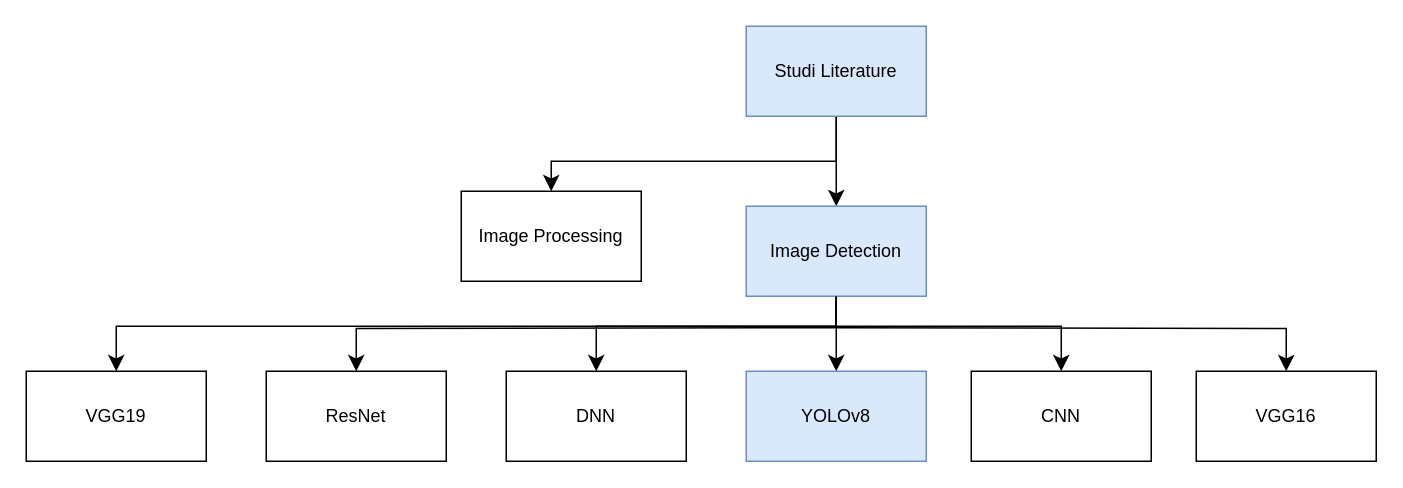
AkbarDes808/DIagram keeps this draw.io diagram as YOLOv8 Method.drawio. Above is the earlier version. Source tidied: cells renumbered, new cells numbered last; positions are measured from the earlier drawing's top-left corner, leaving out a move shared by most shapes. Both pictures are drawn from the tidied source at 150%, with x=0, y=0 at pixel (26, 26).
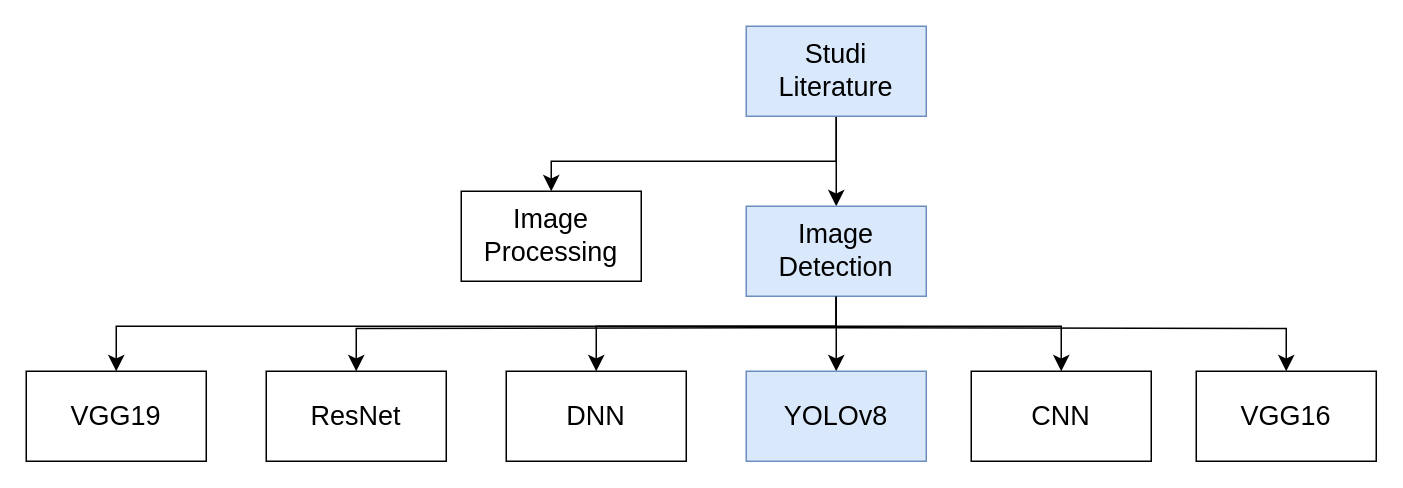
The same page after the edit.

Change to the diagram source:
```diff
@@
-    <mxCell id="4" value="Studi Literature" style="rounded=0;whiteSpace=wrap;html=1;fillColor=#dae8fc;strokeColor=#6c8ebf;" parent="1" vertex="1">
+    <mxCell id="4" value="&lt;font style=&quot;font-size: 18px;&quot;&gt;Studi Literature&lt;/font&gt;" style="rounded=0;whiteSpace=wrap;html=1;fillColor=#dae8fc;strokeColor=#6c8ebf;fontSize=18;" parent="1" vertex="1">
       <mxGeometry x="480" width="120" height="60" as="geometry" />
     </mxCell>
-    <mxCell id="5" value="Image Processing" style="rounded=0;whiteSpace=wrap;html=1;" parent="1" vertex="1">
+    <mxCell id="5" value="Image Processing" style="rounded=0;whiteSpace=wrap;html=1;fontSize=18;" parent="1" vertex="1">
       <mxGeometry x="290" y="110" width="120" height="60" as="geometry" />
     </mxCell>
@@
-    <mxCell id="11" value="Image Detection" style="rounded=0;whiteSpace=wrap;html=1;fillColor=#dae8fc;strokeColor=#6c8ebf;" parent="1" vertex="1">
+    <mxCell id="11" value="Image Detection" style="rounded=0;whiteSpace=wrap;html=1;fillColor=#dae8fc;strokeColor=#6c8ebf;fontSize=18;" parent="1" vertex="1">
       <mxGeometry x="480" y="120" width="120" height="60" as="geometry" />
     </mxCell>
-    <mxCell id="12" value="YOLOv8" style="rounded=0;whiteSpace=wrap;html=1;fillColor=#dae8fc;strokeColor=#6c8ebf;" parent="1" vertex="1">
+    <mxCell id="12" value="YOLOv8" style="rounded=0;whiteSpace=wrap;html=1;fillColor=#dae8fc;strokeColor=#6c8ebf;fontSize=18;" parent="1" vertex="1">
       <mxGeometry x="480" y="230" width="120" height="60" as="geometry" />
     </mxCell>
-    <mxCell id="13" value="CNN" style="rounded=0;whiteSpace=wrap;html=1;" parent="1" vertex="1">
+    <mxCell id="13" value="CNN" style="rounded=0;whiteSpace=wrap;html=1;fontSize=18;" parent="1" vertex="1">
       <mxGeometry x="630" y="230" width="120" height="60" as="geometry" />
     </mxCell>
-    <mxCell id="14" value="DNN" style="rounded=0;whiteSpace=wrap;html=1;" parent="1" vertex="1">
+    <mxCell id="14" value="DNN" style="rounded=0;whiteSpace=wrap;html=1;fontSize=18;" parent="1" vertex="1">
       <mxGeometry x="320" y="230" width="120" height="60" as="geometry" />
     </mxCell>
-    <mxCell id="15" value="ResNet" style="rounded=0;whiteSpace=wrap;html=1;" parent="1" vertex="1">
+    <mxCell id="15" value="ResNet" style="rounded=0;whiteSpace=wrap;html=1;fontSize=18;" parent="1" vertex="1">
       <mxGeometry x="160" y="230" width="120" height="60" as="geometry" />
     </mxCell>
-    <mxCell id="16" value="VGG16" style="rounded=0;whiteSpace=wrap;html=1;" parent="1" vertex="1">
+    <mxCell id="16" value="VGG16" style="rounded=0;whiteSpace=wrap;html=1;fontSize=18;" parent="1" vertex="1">
       <mxGeometry x="780" y="230" width="120" height="60" as="geometry" />
     </mxCell>
-    <mxCell id="17" value="VGG19" style="rounded=0;whiteSpace=wrap;html=1;" parent="1" vertex="1">
+    <mxCell id="17" value="VGG19" style="rounded=0;whiteSpace=wrap;html=1;fontSize=18;" parent="1" vertex="1">
       <mxGeometry y="230" width="120" height="60" as="geometry" />
     </mxCell>
```
